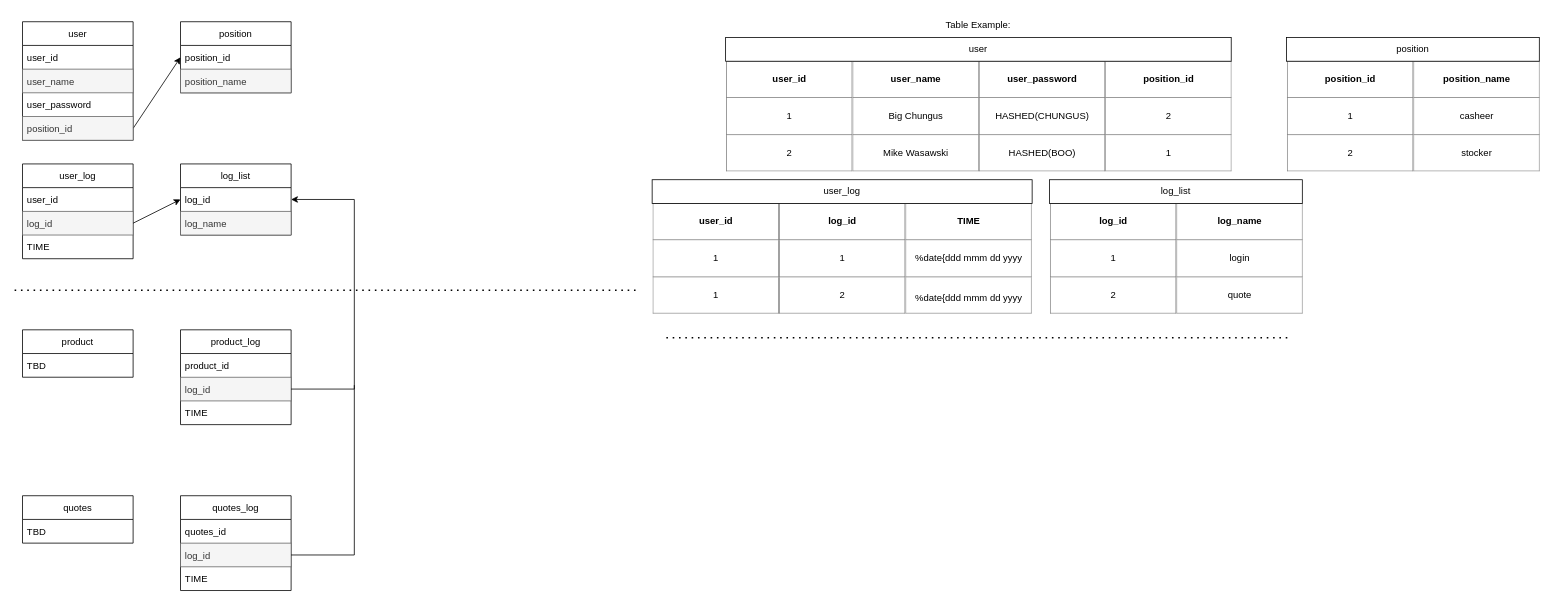
This is Mercurius.drawio from monsterwhat/Mercurius, a draw.io file, before an edit. Source tidied: cells renumbered, new cells numbered last; positions are measured from the earlier drawing's top-left corner, leaving out a move shared by most shapes. Both pictures are drawn from the tidied source at 79%, with x=0, y=0 at pixel (14, 13).
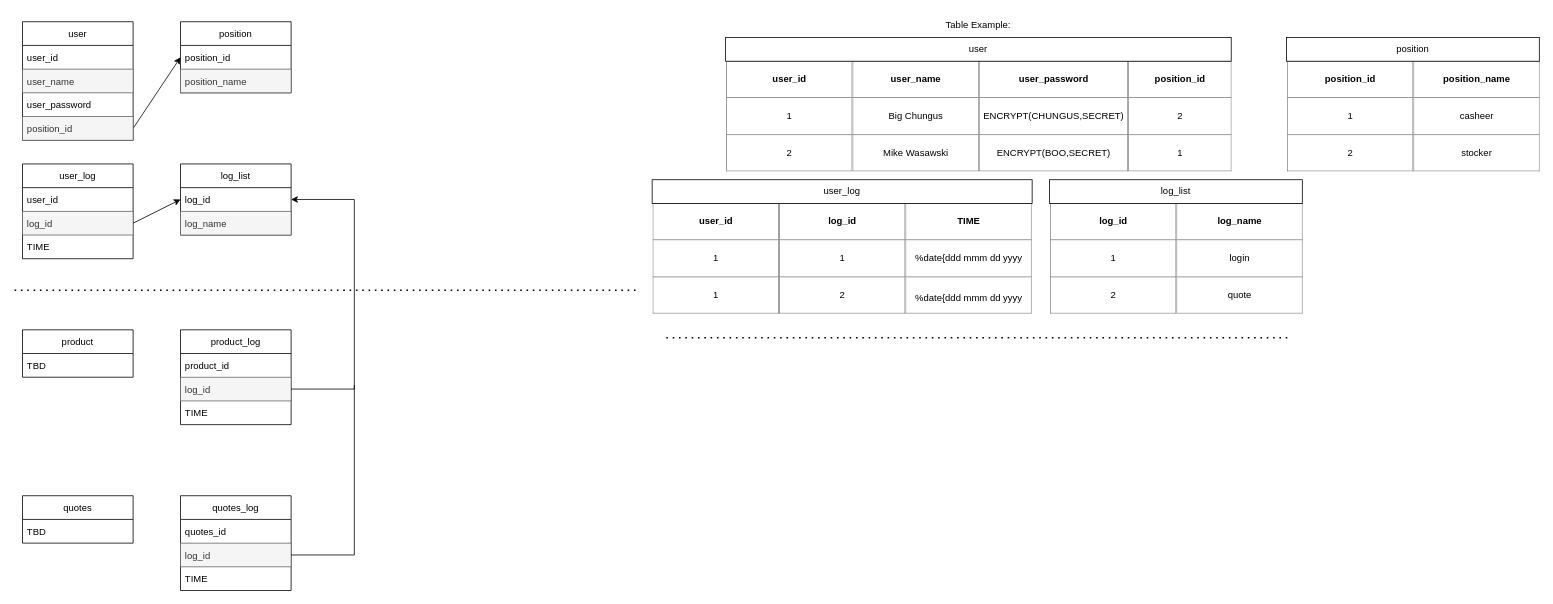
Above is the later version.

The edit, as a diff of the source:
```diff
@@
     <mxCell id="35" value="&lt;table border=&quot;1&quot; width=&quot;100%&quot; cellpadding=&quot;4&quot; style=&quot;width: 100% ; height: 100% ; border-collapse: collapse&quot;&gt;&lt;tbody&gt;&lt;tr&gt;&lt;th align=&quot;center&quot;&gt;position_id&lt;/th&gt;&lt;/tr&gt;&lt;tr&gt;&lt;td align=&quot;center&quot;&gt;2&lt;/td&gt;&lt;/tr&gt;&lt;tr&gt;&lt;td align=&quot;center&quot;&gt;1&lt;/td&gt;&lt;/tr&gt;&lt;/tbody&gt;&lt;/table&gt;" style="text;html=1;strokeColor=none;fillColor=none;overflow=fill;rounded=0;" parent="1" vertex="1">
-      <mxGeometry x="1381" y="60" width="160" height="140" as="geometry" />
+      <mxGeometry x="1410" y="60" width="131" height="140" as="geometry" />
     </mxCell>
-    <mxCell id="36" value="&lt;table border=&quot;1&quot; width=&quot;100%&quot; cellpadding=&quot;4&quot; style=&quot;width: 100% ; height: 100% ; border-collapse: collapse&quot;&gt;&lt;tbody&gt;&lt;tr&gt;&lt;th align=&quot;center&quot;&gt;user_password&lt;/th&gt;&lt;/tr&gt;&lt;tr&gt;&lt;td align=&quot;center&quot;&gt;HASHED(CHUNGUS)&lt;/td&gt;&lt;/tr&gt;&lt;tr&gt;&lt;td align=&quot;center&quot;&gt;HASHED(BOO)&lt;/td&gt;&lt;/tr&gt;&lt;/tbody&gt;&lt;/table&gt;" style="text;html=1;strokeColor=none;fillColor=none;overflow=fill;rounded=0;" parent="1" vertex="1">
-      <mxGeometry x="1221" y="60" width="160" height="140" as="geometry" />
+    <mxCell id="36" value="&lt;table border=&quot;1&quot; width=&quot;100%&quot; cellpadding=&quot;4&quot; style=&quot;width: 100% ; height: 100% ; border-collapse: collapse&quot;&gt;&lt;tbody&gt;&lt;tr&gt;&lt;th align=&quot;center&quot;&gt;user_password&lt;/th&gt;&lt;/tr&gt;&lt;tr&gt;&lt;td align=&quot;center&quot;&gt;ENCRYPT(CHUNGUS,SECRET)&lt;/td&gt;&lt;/tr&gt;&lt;tr&gt;&lt;td align=&quot;center&quot;&gt;ENCRYPT(BOO,SECRET)&lt;/td&gt;&lt;/tr&gt;&lt;/tbody&gt;&lt;/table&gt;" style="text;html=1;strokeColor=none;fillColor=none;overflow=fill;rounded=0;" parent="1" vertex="1">
+      <mxGeometry x="1221" y="60" width="189" height="140" as="geometry" />
     </mxCell>
```
